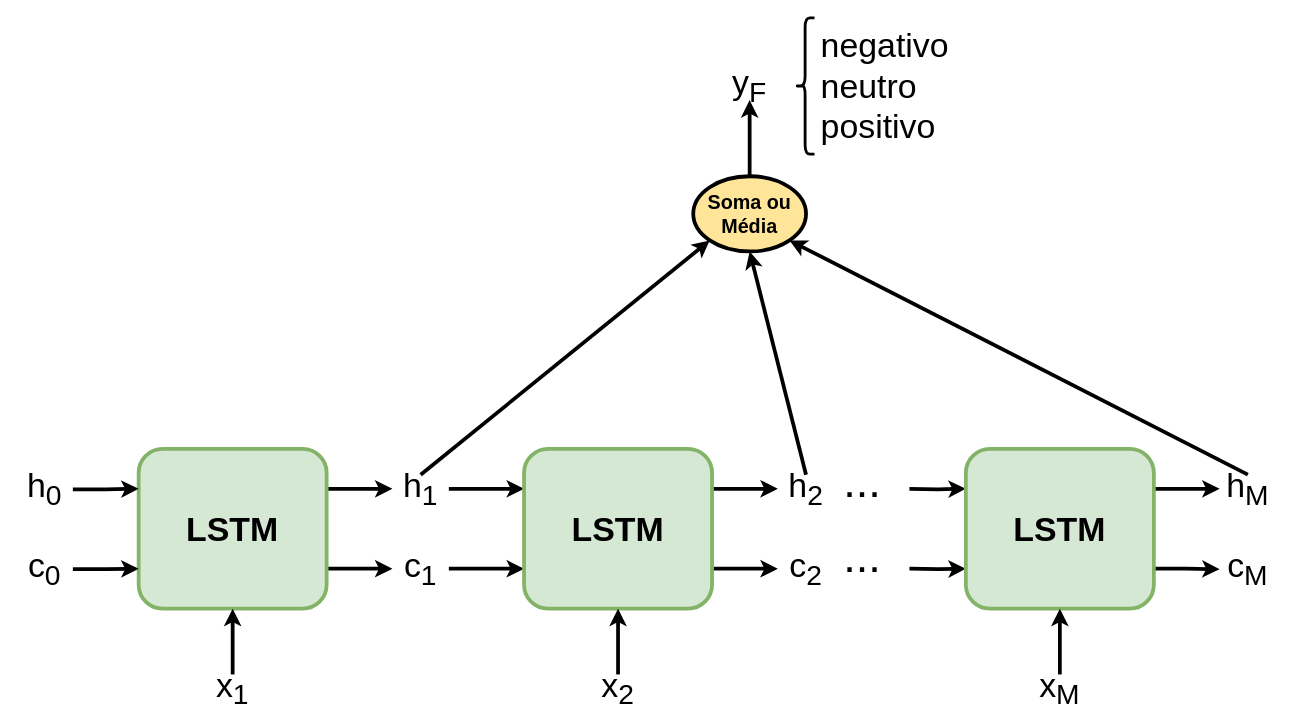
Above: lstm_encoding_02.drawio in viniciusrpb/drawio_flowcharts (draw.io), before the change. Source tidied: cells renumbered, new cells numbered last; positions are measured from the earlier drawing's top-left corner, leaving out a move shared by most shapes. Both pictures are drawn from the tidied source at 94%, with x=0, y=0 at pixel (16, 18).
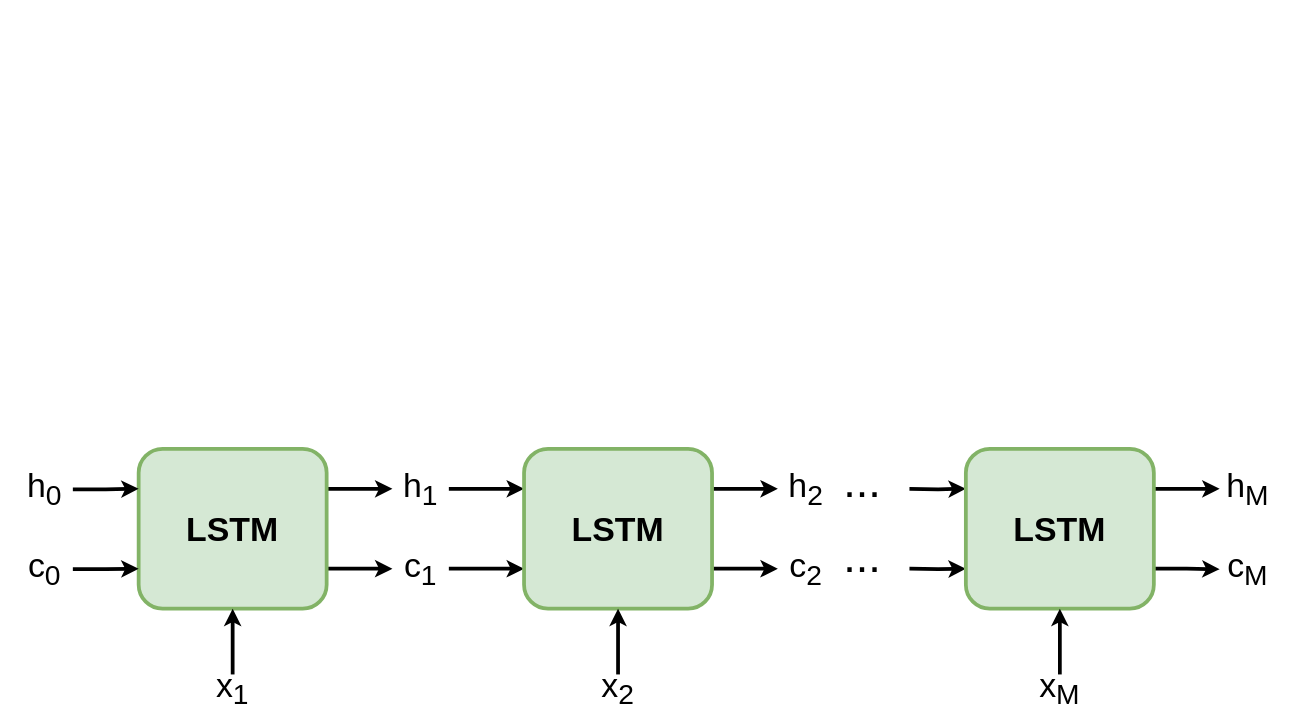
After the change.

The change refers to these unchanged cells:
```xml
<mxCell id="14" value="h&lt;sub&gt;1&lt;/sub&gt;" style="text;html=1;align=center;verticalAlign=middle;whiteSpace=wrap;rounded=0;fontSize=36;" parent="1" vertex="1">
  <mxGeometry x="400" y="485.5" width="60" height="30" as="geometry" />
</mxCell>
<mxCell id="23" value="h&lt;sub&gt;2&lt;/sub&gt;" style="text;html=1;align=center;verticalAlign=middle;whiteSpace=wrap;rounded=0;fontSize=36;" parent="1" vertex="1">
  <mxGeometry x="810" y="485.5" width="60" height="30" as="geometry" />
</mxCell>
<mxCell id="29" value="h&lt;sub&gt;M&lt;/sub&gt;" style="text;html=1;align=center;verticalAlign=middle;whiteSpace=wrap;rounded=0;fontSize=36;" parent="1" vertex="1">
  <mxGeometry x="1280" y="485.5" width="60" height="30" as="geometry" />
</mxCell>
```

Diff of the diagram source:
```diff
@@
-    <mxCell id="33" style="shape=curlyBracket;whiteSpace=wrap;html=1;rounded=1;labelPosition=left;verticalLabelPosition=middle;align=right;verticalAlign=middle;strokeWidth=3;" parent="1" vertex="1">
-      <mxGeometry x="829" y="-0.5" width="20" height="145" as="geometry" />
-    </mxCell>
-    <mxCell id="34" value="negativo&lt;div style=&quot;font-size: 36px;&quot;&gt;neutro&lt;/div&gt;&lt;div style=&quot;font-size: 36px;&quot;&gt;positivo&lt;/div&gt;" style="text;html=1;align=left;verticalAlign=middle;whiteSpace=wrap;rounded=0;fontSize=36;" parent="1" vertex="1">
-      <mxGeometry x="854" y="57" width="60" height="30" as="geometry" />
-    </mxCell>
-    <mxCell id="35" style="endArrow=classic;html=1;rounded=0;exitX=0.5;exitY=0;exitDx=0;exitDy=0;entryX=0;entryY=1;entryDx=0;entryDy=0;strokeWidth=4;" parent="1" edge="1" source="14" target="37">
-      <mxGeometry relative="1" as="geometry" />
-    </mxCell>
-    <mxCell id="36" style="edgeStyle=orthogonalEdgeStyle;rounded=0;jettySize=auto;html=1;strokeWidth=4;" parent="1" edge="1" source="37" target="40">
-      <mxGeometry relative="1" as="geometry" />
-    </mxCell>
-    <mxCell id="37" value="Soma ou&lt;div style=&quot;font-size: 21px;&quot;&gt;Média&lt;/div&gt;" style="ellipse;whiteSpace=wrap;html=1;strokeWidth=4;fontSize=21;fontStyle=1;fillColor=#FFE599;" parent="1" vertex="1">
-      <mxGeometry x="720" y="168" width="120" height="80" as="geometry" />
-    </mxCell>
-    <mxCell id="38" style="endArrow=classic;html=1;rounded=0;exitX=0.5;exitY=0;exitDx=0;exitDy=0;entryX=0.5;entryY=1;entryDx=0;entryDy=0;strokeWidth=4;" parent="1" edge="1" source="23" target="37">
-      <mxGeometry relative="1" as="geometry" />
-    </mxCell>
-    <mxCell id="39" style="endArrow=classic;html=1;rounded=0;exitX=0.5;exitY=0;exitDx=0;exitDy=0;entryX=1;entryY=1;entryDx=0;entryDy=0;strokeWidth=4;" parent="1" edge="1" source="29" target="37">
-      <mxGeometry relative="1" as="geometry" />
-    </mxCell>
-    <mxCell id="40" value="y&lt;sub&gt;F&lt;/sub&gt;" style="text;html=1;align=center;verticalAlign=middle;whiteSpace=wrap;rounded=0;fontSize=36;" parent="1" vertex="1">
-      <mxGeometry x="750" y="57" width="60" height="30" as="geometry" />
-    </mxCell>
```
